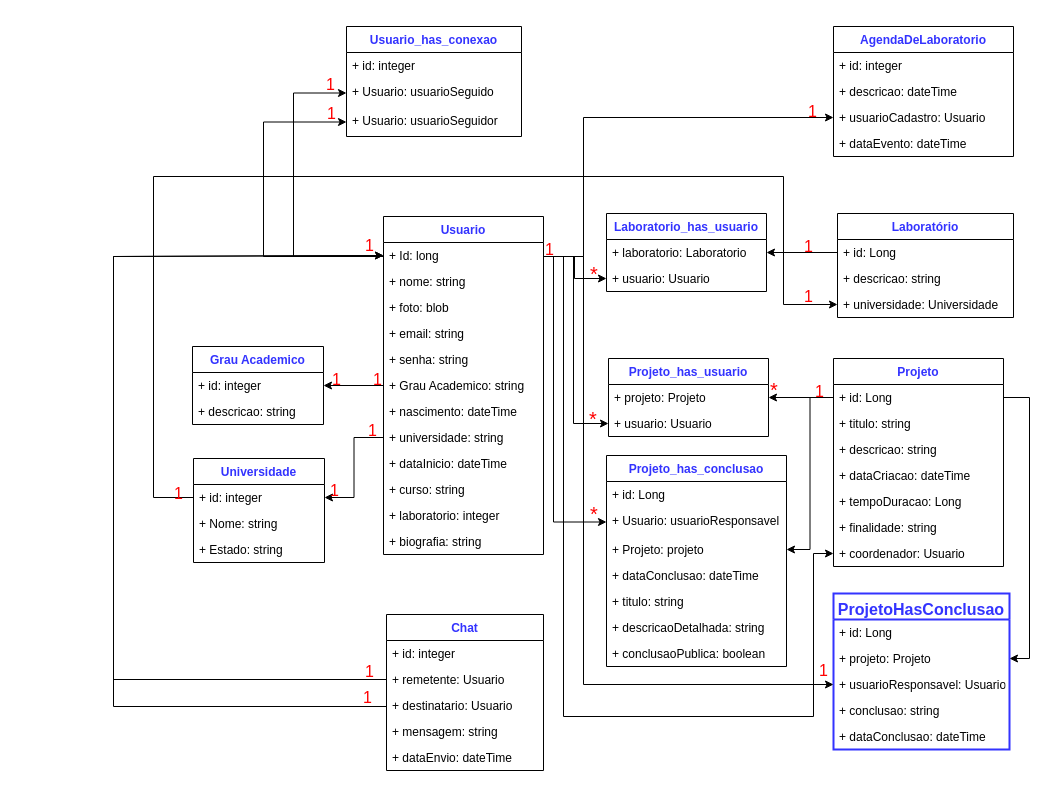
This is soft-req/socialscience.drawio from dev-rodrigues/ProjetoDeBlocoAspMvc, a draw.io file, before an edit. Source tidied: cells renumbered, new cells numbered last; positions are measured from the earlier drawing's top-left corner, leaving out a move shared by most shapes. Both pictures are drawn from the tidied source at 100%, with x=0, y=0 at pixel (113, 26).
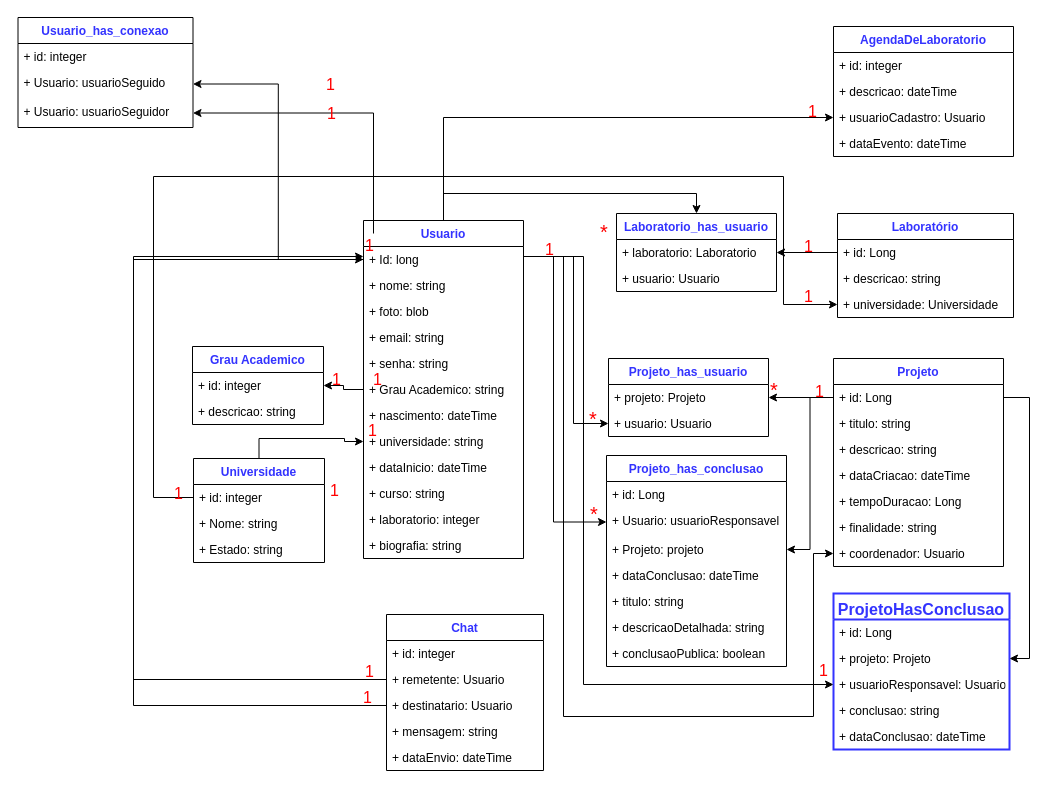
After the change.

Unchanged cells that the change refers to:
```xml
<mxCell id="3" value="+ Id: long&#10;" style="text;strokeColor=none;fillColor=none;align=left;verticalAlign=top;spacingLeft=4;spacingRight=4;overflow=hidden;points=[[0,0.5],[1,0.5]];portConstraint=eastwest;" parent="2" vertex="1">
  <mxGeometry y="26" width="160" height="26" as="geometry" />
</mxCell>
<mxCell id="10" value="+ universidade: string&#10;" style="text;strokeColor=none;fillColor=none;align=left;verticalAlign=top;spacingLeft=4;spacingRight=4;overflow=hidden;points=[[0,0.5],[1,0.5]];portConstraint=eastwest;" parent="2" vertex="1">
  <mxGeometry y="208" width="160" height="26" as="geometry" />
</mxCell>
<mxCell id="24" value="+ usuario: Usuario" style="text;strokeColor=none;fillColor=none;align=left;verticalAlign=top;spacingLeft=4;spacingRight=4;overflow=hidden;points=[[0,0.5],[1,0.5]];portConstraint=eastwest;" parent="22" vertex="1">
  <mxGeometry y="52" width="160" height="26" as="geometry" />
</mxCell>
<mxCell id="40" value="Universidade" style="swimlane;fontStyle=1;horizontal=1;startSize=26;fillColor=none;fontColor=#3333FF;" parent="1" vertex="1">
  <mxGeometry x="80" y="432" width="131" height="104" as="geometry" />
</mxCell>
<mxCell id="41" value="+ id: integer" style="text;strokeColor=none;fillColor=none;align=left;verticalAlign=top;spacingLeft=4;spacingRight=4;overflow=hidden;points=[[0,0.5],[1,0.5]];portConstraint=eastwest;" parent="40" vertex="1">
  <mxGeometry y="26" width="131" height="26" as="geometry" />
</mxCell>
<mxCell id="69" value="+ remetente: Usuario" style="text;strokeColor=none;fillColor=none;align=left;verticalAlign=top;spacingLeft=4;spacingRight=4;overflow=hidden;points=[[0,0.5],[1,0.5]];portConstraint=eastwest;" parent="67" vertex="1">
  <mxGeometry y="52" width="157" height="26" as="geometry" />
</mxCell>
<mxCell id="70" value="+ destinatario: Usuario" style="text;strokeColor=none;fillColor=none;align=left;verticalAlign=top;spacingLeft=4;spacingRight=4;overflow=hidden;points=[[0,0.5],[1,0.5]];portConstraint=eastwest;" parent="67" vertex="1">
  <mxGeometry y="78" width="157" height="26" as="geometry" />
</mxCell>
<mxCell id="77" value="1" style="text;html=1;points=[];align=left;verticalAlign=top;spacingTop=-4;fontSize=16;fontColor=#FF0000;" parent="1" vertex="1">
  <mxGeometry x="250" y="207" width="20" height="20" as="geometry" />
</mxCell>
<mxCell id="80" value="+ Usuario: usuarioSeguido" style="text;strokeColor=none;fillColor=none;align=left;verticalAlign=top;spacingLeft=4;spacingRight=4;overflow=hidden;points=[[0,0.5],[1,0.5]];portConstraint=eastwest;" parent="78" vertex="1">
  <mxGeometry y="52" width="175" height="29" as="geometry" />
</mxCell>
<mxCell id="81" value="+ Usuario: usuarioSeguidor" style="text;strokeColor=none;fillColor=none;align=left;verticalAlign=top;spacingLeft=4;spacingRight=4;overflow=hidden;points=[[0,0.5],[1,0.5]];portConstraint=eastwest;" parent="78" vertex="1">
  <mxGeometry y="81" width="175" height="29" as="geometry" />
</mxCell>
<mxCell id="89" value="+ usuarioCadastro: Usuario" style="text;strokeColor=none;fillColor=none;align=left;verticalAlign=top;spacingLeft=4;spacingRight=4;overflow=hidden;points=[[0,0.5],[1,0.5]];portConstraint=eastwest;" parent="86" vertex="1">
  <mxGeometry y="78" width="180" height="26" as="geometry" />
</mxCell>
```

The edit, as a diff of the source:
```diff
@@
+    <mxCell id="106" style="edgeStyle=orthogonalEdgeStyle;rounded=0;jettySize=auto;html=1;exitX=0.5;exitY=0;exitDx=0;exitDy=0;entryX=0.5;entryY=0;entryDx=0;entryDy=0;" parent="1" edge="1" source="2" target="22">
+      <mxGeometry relative="1" as="geometry" />
+    </mxCell>
+    <mxCell id="107" style="edgeStyle=orthogonalEdgeStyle;rounded=0;jettySize=auto;html=1;entryX=0;entryY=0.5;entryDx=0;entryDy=0;" parent="1" edge="1" source="2" target="89">
+      <mxGeometry relative="1" as="geometry" />
+    </mxCell>
     <mxCell id="2" value="Usuario" style="swimlane;fontStyle=1;align=center;verticalAlign=top;horizontal=1;startSize=26;fontColor=#3333FF;" parent="1" vertex="1">
-      <mxGeometry x="270" y="190" width="160" height="338" as="geometry" />
+      <mxGeometry x="250" y="194" width="160" height="338" as="geometry" />
     </mxCell>
@@
     <mxCell id="22" value="Laboratorio_has_usuario" style="swimlane;fontStyle=1;align=center;verticalAlign=top;horizontal=1;startSize=26;fontColor=#3333FF;" parent="1" vertex="1">
-      <mxGeometry x="493" y="187" width="160" height="78" as="geometry" />
+      <mxGeometry x="503" y="187" width="160" height="78" as="geometry" />
     </mxCell>
@@
-    <mxCell id="25" style="edgeStyle=orthogonalEdgeStyle;rounded=0;jettySize=auto;html=1;exitX=1;exitY=0.5;exitDx=0;exitDy=0;entryX=0;entryY=0.5;entryDx=0;entryDy=0;" parent="1" edge="1" source="3" target="24">
-      <mxGeometry relative="1" as="geometry">
-        <Array as="points">
-          <mxPoint x="461" y="230" />
-          <mxPoint x="461" y="252" />
-        </Array>
-      </mxGeometry>
-    </mxCell>
@@
+    <mxCell id="108" style="edgeStyle=orthogonalEdgeStyle;rounded=0;jettySize=auto;html=1;" parent="1" edge="1" source="40" target="10">
+      <mxGeometry relative="1" as="geometry" />
+    </mxCell>
@@
-    <mxCell id="45" style="edgeStyle=orthogonalEdgeStyle;rounded=0;jettySize=auto;html=1;exitX=0;exitY=0.5;exitDx=0;exitDy=0;entryX=1;entryY=0.5;entryDx=0;entryDy=0;fontColor=#3333FF;" parent="1" edge="1" source="10" target="41">
-      <mxGeometry relative="1" as="geometry" />
-    </mxCell>
@@
     <mxCell id="59" value="&lt;font style=&quot;font-size: 20px&quot;&gt;*&lt;/font&gt;" style="text;html=1;align=left;verticalAlign=top;spacingTop=-4;fontColor=#FF0000;strokeWidth=2;fontSize=16;" parent="1" vertex="1">
-      <mxGeometry x="475" y="233" width="20" height="20" as="geometry" />
+      <mxGeometry x="485" y="191" width="20" height="20" as="geometry" />
     </mxCell>
@@
-    <mxCell id="73" style="edgeStyle=orthogonalEdgeStyle;rounded=0;jettySize=auto;html=1;entryX=0;entryY=0.5;entryDx=0;entryDy=0;fontSize=16;fontColor=#FF0000;" parent="1" edge="1" source="69" target="3">
-      <mxGeometry relative="1" as="geometry">
-        <Array as="points">
-          <mxPoint y="653" />
-          <mxPoint y="230" />
-        </Array>
-      </mxGeometry>
-    </mxCell>
-    <mxCell id="74" style="edgeStyle=orthogonalEdgeStyle;rounded=0;jettySize=auto;html=1;exitX=0;exitY=0.5;exitDx=0;exitDy=0;entryX=0;entryY=0.5;entryDx=0;entryDy=0;fontSize=16;fontColor=#FF0000;" parent="1" edge="1" source="70" target="3">
-      <mxGeometry relative="1" as="geometry">
-        <Array as="points">
-          <mxPoint x="273" y="680" />
-          <mxPoint y="680" />
-          <mxPoint y="230" />
-        </Array>
-      </mxGeometry>
-    </mxCell>
@@
+    <mxCell id="109" style="edgeStyle=orthogonalEdgeStyle;rounded=0;jettySize=auto;html=1;entryX=1;entryY=0.5;entryDx=0;entryDy=0;" parent="1" edge="1" source="77" target="81">
+      <mxGeometry relative="1" as="geometry" />
+    </mxCell>
@@
     <mxCell id="78" value="Usuario_has_conexao" style="swimlane;fontStyle=1;horizontal=1;startSize=26;fillColor=none;fontColor=#3333FF;" parent="1" vertex="1">
-      <mxGeometry x="233" width="175" height="110" as="geometry" />
+      <mxGeometry x="-95.5" y="-9" width="175" height="110" as="geometry" />
     </mxCell>
@@
-    <mxCell id="82" style="edgeStyle=orthogonalEdgeStyle;rounded=0;jettySize=auto;html=1;entryX=0;entryY=0.5;entryDx=0;entryDy=0;fontSize=16;fontColor=#FF0000;" parent="1" edge="1" source="3" target="80">
-      <mxGeometry relative="1" as="geometry">
-        <Array as="points">
-          <mxPoint x="180" y="230" />
-          <mxPoint x="180" y="67" />
-        </Array>
-      </mxGeometry>
-    </mxCell>
-    <mxCell id="83" style="edgeStyle=orthogonalEdgeStyle;rounded=0;jettySize=auto;html=1;exitX=0;exitY=0.5;exitDx=0;exitDy=0;entryX=0;entryY=0.5;entryDx=0;entryDy=0;fontSize=16;fontColor=#FF0000;" parent="1" edge="1" source="3" target="81">
-      <mxGeometry relative="1" as="geometry">
-        <Array as="points">
-          <mxPoint x="270" y="230" />
-          <mxPoint x="150" y="230" />
-          <mxPoint x="150" y="95" />
-        </Array>
-      </mxGeometry>
-    </mxCell>
@@
-    <mxCell id="91" style="edgeStyle=orthogonalEdgeStyle;rounded=0;jettySize=auto;html=1;entryX=0;entryY=0.5;entryDx=0;entryDy=0;fontSize=16;fontColor=#FF0000;" parent="1" edge="1" source="3" target="89">
-      <mxGeometry relative="1" as="geometry">
-        <Array as="points">
-          <mxPoint x="470" y="230" />
-          <mxPoint x="470" y="91" />
-        </Array>
-      </mxGeometry>
-    </mxCell>
@@
+    <mxCell id="82" style="edgeStyle=orthogonalEdgeStyle;rounded=0;jettySize=auto;html=1;exitX=0;exitY=0.5;exitDx=0;exitDy=0;entryX=1;entryY=0.5;entryDx=0;entryDy=0;" parent="1" edge="1" source="3" target="80">
+      <mxGeometry relative="1" as="geometry" />
+    </mxCell>
+    <mxCell id="73" style="edgeStyle=orthogonalEdgeStyle;rounded=0;jettySize=auto;html=1;exitX=0;exitY=0.5;exitDx=0;exitDy=0;entryX=0;entryY=0.5;entryDx=0;entryDy=0;" parent="1" edge="1" source="69" target="3">
+      <mxGeometry relative="1" as="geometry">
+        <Array as="points">
+          <mxPoint x="20" y="653" />
+          <mxPoint x="20" y="233" />
+        </Array>
+      </mxGeometry>
+    </mxCell>
+    <mxCell id="110" style="edgeStyle=orthogonalEdgeStyle;rounded=0;jettySize=auto;html=1;exitX=0;exitY=0.5;exitDx=0;exitDy=0;entryX=0;entryY=1.15;entryDx=0;entryDy=0;entryPerimeter=0;" parent="1" edge="1" source="70" target="77">
+      <mxGeometry relative="1" as="geometry">
+        <Array as="points">
+          <mxPoint x="20" y="679" />
+          <mxPoint x="20" y="230" />
+        </Array>
+      </mxGeometry>
+    </mxCell>
```
